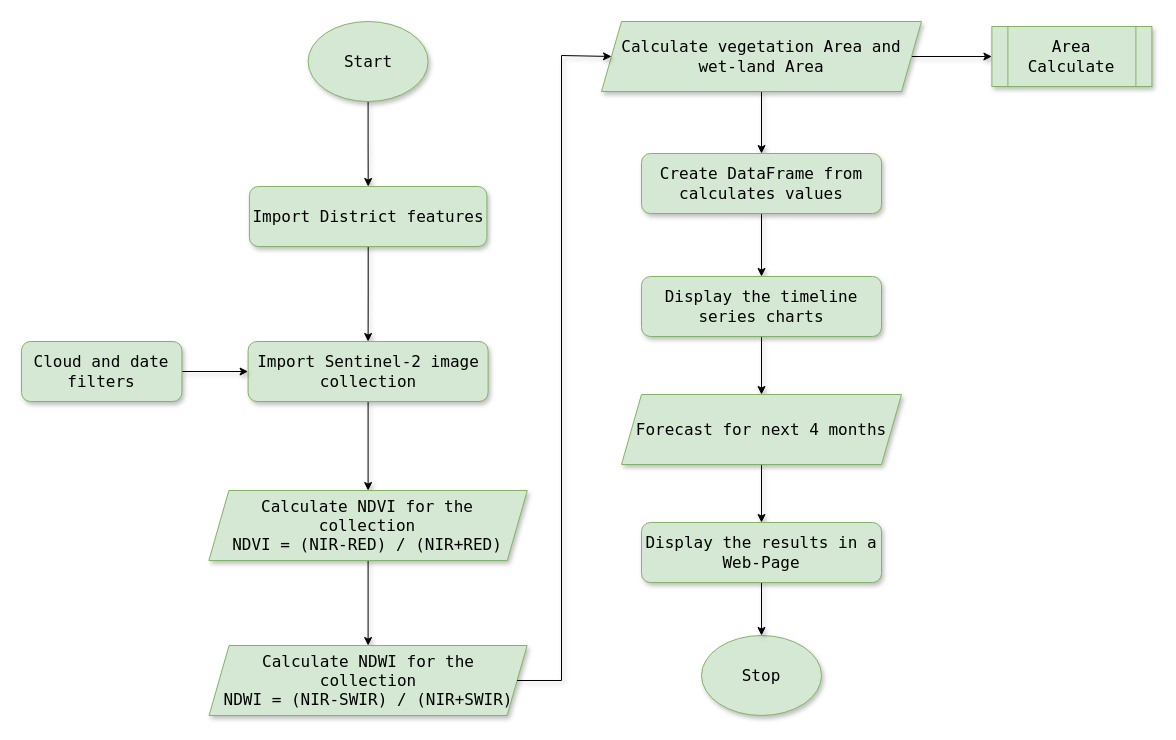
Earlier version of the draw.io diagram flowchart.drawio (pavan581/EarthEngineProject). Source tidied: cells renumbered, new cells numbered last; positions are measured from the earlier drawing's top-left corner, leaving out a move shared by most shapes. Both pictures are drawn from the tidied source at 100%, with x=0, y=0 at pixel (21, 21).
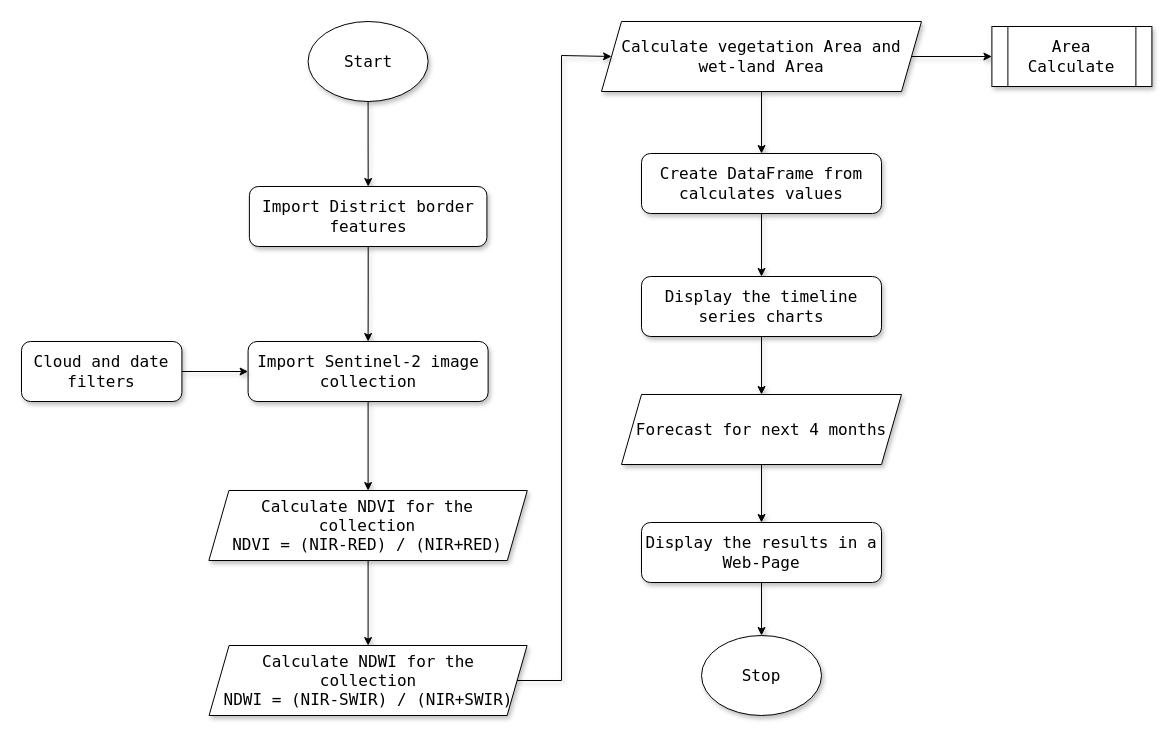
After the change.

Diff of the diagram source:
```diff
@@
-    <mxCell id="3" value="Start" style="ellipse;whiteSpace=wrap;html=1;fontSize=16;fillColor=#d5e8d4;strokeColor=#82b366;shadow=1;sketch=0;fontFamily=Lucida Console;labelBorderColor=none;fontStyle=0;horizontal=1;" parent="1" vertex="1">
+    <mxCell id="3" value="Start" style="ellipse;whiteSpace=wrap;html=1;fontSize=16;shadow=1;sketch=0;fontFamily=Lucida Console;labelBorderColor=none;fontStyle=0;horizontal=1;" parent="1" vertex="1">
       <mxGeometry x="286.6" width="120" height="80" as="geometry" />
     </mxCell>
@@
-    <mxCell id="5" value="Import District features" style="rounded=1;whiteSpace=wrap;html=1;fontSize=16;fillColor=#d5e8d4;strokeColor=#82b366;shadow=1;sketch=0;fontFamily=Lucida Console;labelBorderColor=none;fontStyle=0;horizontal=1;" parent="1" vertex="1">
+    <mxCell id="5" value="Import District border features" style="rounded=1;whiteSpace=wrap;html=1;fontSize=16;shadow=1;sketch=0;fontFamily=Lucida Console;labelBorderColor=none;fontStyle=0;horizontal=1;" parent="1" vertex="1">
       <mxGeometry x="227.9" y="165" width="237.5" height="60" as="geometry" />
     </mxCell>
@@
-    <mxCell id="7" value="Import Sentinel-2 image collection" style="rounded=1;whiteSpace=wrap;html=1;fontSize=16;fillColor=#d5e8d4;strokeColor=#82b366;shadow=1;sketch=0;fontFamily=Lucida Console;labelBorderColor=none;fontStyle=0;horizontal=1;" parent="1" vertex="1">
+    <mxCell id="7" value="Import Sentinel-2 image collection" style="rounded=1;whiteSpace=wrap;html=1;fontSize=16;shadow=1;sketch=0;fontFamily=Lucida Console;labelBorderColor=none;fontStyle=0;horizontal=1;" parent="1" vertex="1">
       <mxGeometry x="226.6" y="320" width="240" height="60" as="geometry" />
     </mxCell>
@@
-    <mxCell id="9" value="Cloud and date filters" style="rounded=1;whiteSpace=wrap;html=1;fontSize=16;fillColor=#d5e8d4;strokeColor=#82b366;shadow=1;sketch=0;fontFamily=Lucida Console;labelBorderColor=none;fontStyle=0;horizontal=1;" parent="1" vertex="1">
+    <mxCell id="9" value="Cloud and date filters" style="rounded=1;whiteSpace=wrap;html=1;fontSize=16;shadow=1;sketch=0;fontFamily=Lucida Console;labelBorderColor=none;fontStyle=0;horizontal=1;" parent="1" vertex="1">
       <mxGeometry y="320" width="160.4" height="60" as="geometry" />
     </mxCell>
@@
-    <mxCell id="11" value="Calculate NDVI for the collection&lt;br style=&quot;font-size: 16px;&quot;&gt;NDVI = (NIR-RED) / (NIR+RED)" style="shape=parallelogram;perimeter=parallelogramPerimeter;whiteSpace=wrap;html=1;fixedSize=1;fontSize=16;fillColor=#d5e8d4;strokeColor=#82b366;shadow=1;sketch=0;fontFamily=Lucida Console;labelBorderColor=none;fontStyle=0;horizontal=1;" parent="1" vertex="1">
+    <mxCell id="11" value="Calculate NDVI for the collection&lt;br style=&quot;font-size: 16px;&quot;&gt;NDVI = (NIR-RED) / (NIR+RED)" style="shape=parallelogram;perimeter=parallelogramPerimeter;whiteSpace=wrap;html=1;fixedSize=1;fontSize=16;shadow=1;sketch=0;fontFamily=Lucida Console;labelBorderColor=none;fontStyle=0;horizontal=1;" parent="1" vertex="1">
       <mxGeometry x="187.4" y="469" width="318.4" height="70" as="geometry" />
     </mxCell>
-    <mxCell id="12" value="Calculate NDWI for the collection&lt;br style=&quot;font-size: 16px;&quot;&gt;NDWI = (NIR-SWIR) / (NIR+SWIR)" style="shape=parallelogram;perimeter=parallelogramPerimeter;whiteSpace=wrap;html=1;fixedSize=1;fontSize=16;fillColor=#d5e8d4;strokeColor=#82b366;shadow=1;sketch=0;fontFamily=Lucida Console;labelBorderColor=none;fontStyle=0;horizontal=1;" parent="1" vertex="1">
+    <mxCell id="12" value="Calculate NDWI for the collection&lt;br style=&quot;font-size: 16px;&quot;&gt;NDWI = (NIR-SWIR) / (NIR+SWIR)" style="shape=parallelogram;perimeter=parallelogramPerimeter;whiteSpace=wrap;html=1;fixedSize=1;fontSize=16;shadow=1;sketch=0;fontFamily=Lucida Console;labelBorderColor=none;fontStyle=0;horizontal=1;" parent="1" vertex="1">
       <mxGeometry x="187.6" y="624" width="318" height="70" as="geometry" />
     </mxCell>
@@
-    <mxCell id="15" value="Calculate vegetation Area and &lt;br style=&quot;font-size: 16px;&quot;&gt;wet-land Area" style="shape=parallelogram;perimeter=parallelogramPerimeter;whiteSpace=wrap;html=1;fixedSize=1;fontSize=16;fillColor=#d5e8d4;strokeColor=#82b366;shadow=1;sketch=0;fontFamily=Lucida Console;labelBorderColor=none;fontStyle=0;horizontal=1;" parent="1" vertex="1">
+    <mxCell id="15" value="Calculate vegetation Area and &lt;br style=&quot;font-size: 16px;&quot;&gt;wet-land Area" style="shape=parallelogram;perimeter=parallelogramPerimeter;whiteSpace=wrap;html=1;fixedSize=1;fontSize=16;shadow=1;sketch=0;fontFamily=Lucida Console;labelBorderColor=none;fontStyle=0;horizontal=1;" parent="1" vertex="1">
       <mxGeometry x="580" width="320" height="70" as="geometry" />
     </mxCell>
@@
-    <mxCell id="17" value="Create DataFrame from calculates values" style="rounded=1;whiteSpace=wrap;html=1;fontSize=16;fillColor=#d5e8d4;strokeColor=#82b366;shadow=1;sketch=0;fontFamily=Lucida Console;labelBorderColor=none;fontStyle=0;horizontal=1;" parent="1" vertex="1">
+    <mxCell id="17" value="Create DataFrame from calculates values" style="rounded=1;whiteSpace=wrap;html=1;fontSize=16;shadow=1;sketch=0;fontFamily=Lucida Console;labelBorderColor=none;fontStyle=0;horizontal=1;" parent="1" vertex="1">
       <mxGeometry x="620" y="132" width="240" height="60" as="geometry" />
     </mxCell>
@@
-    <mxCell id="19" value="Display the timeline series charts" style="rounded=1;whiteSpace=wrap;html=1;fontSize=16;fillColor=#d5e8d4;strokeColor=#82b366;shadow=1;sketch=0;fontFamily=Lucida Console;labelBorderColor=none;fontStyle=0;horizontal=1;" parent="1" vertex="1">
+    <mxCell id="19" value="Display the timeline series charts" style="rounded=1;whiteSpace=wrap;html=1;fontSize=16;shadow=1;sketch=0;fontFamily=Lucida Console;labelBorderColor=none;fontStyle=0;horizontal=1;" parent="1" vertex="1">
       <mxGeometry x="620" y="255" width="240" height="60" as="geometry" />
     </mxCell>
@@
-    <mxCell id="21" value="Forecast for next 4 months" style="shape=parallelogram;perimeter=parallelogramPerimeter;whiteSpace=wrap;html=1;fixedSize=1;fontSize=16;fillColor=#d5e8d4;strokeColor=#82b366;shadow=1;sketch=0;fontFamily=Lucida Console;labelBorderColor=none;fontStyle=0;horizontal=1;" parent="1" vertex="1">
+    <mxCell id="21" value="Forecast for next 4 months" style="shape=parallelogram;perimeter=parallelogramPerimeter;whiteSpace=wrap;html=1;fixedSize=1;fontSize=16;shadow=1;sketch=0;fontFamily=Lucida Console;labelBorderColor=none;fontStyle=0;horizontal=1;" parent="1" vertex="1">
       <mxGeometry x="600" y="373" width="280" height="70" as="geometry" />
     </mxCell>
-    <mxCell id="22" value="Stop" style="ellipse;whiteSpace=wrap;html=1;fontSize=16;fillColor=#d5e8d4;strokeColor=#82b366;shadow=1;sketch=0;fontFamily=Lucida Console;labelBorderColor=none;fontStyle=0;horizontal=1;" parent="1" vertex="1">
+    <mxCell id="22" value="Stop" style="ellipse;whiteSpace=wrap;html=1;fontSize=16;shadow=1;sketch=0;fontFamily=Lucida Console;labelBorderColor=none;fontStyle=0;horizontal=1;" parent="1" vertex="1">
       <mxGeometry x="680" y="614" width="120" height="80" as="geometry" />
     </mxCell>
@@
-    <mxCell id="24" value="&lt;font style=&quot;font-size: 16px&quot;&gt;Display the results in a Web-Page&lt;/font&gt;" style="rounded=1;whiteSpace=wrap;html=1;fillColor=#d5e8d4;strokeColor=#82b366;shadow=1;sketch=0;fontFamily=Lucida Console;fontSize=16;labelBorderColor=none;fontStyle=0;horizontal=1;" parent="1" vertex="1">
+    <mxCell id="24" value="&lt;font style=&quot;font-size: 16px&quot;&gt;Display the results in a Web-Page&lt;/font&gt;" style="rounded=1;whiteSpace=wrap;html=1;shadow=1;sketch=0;fontFamily=Lucida Console;fontSize=16;labelBorderColor=none;fontStyle=0;horizontal=1;" parent="1" vertex="1">
       <mxGeometry x="620" y="501" width="240" height="60" as="geometry" />
     </mxCell>
-    <mxCell id="25" value="Area Calculate" style="shape=process;whiteSpace=wrap;html=1;backgroundOutline=1;fontSize=16;fillColor=#d5e8d4;strokeColor=#82b366;shadow=1;sketch=0;fontFamily=Lucida Console;labelBorderColor=none;fontStyle=0;horizontal=1;" parent="1" vertex="1">
+    <mxCell id="25" value="Area Calculate" style="shape=process;whiteSpace=wrap;html=1;backgroundOutline=1;fontSize=16;shadow=1;sketch=0;fontFamily=Lucida Console;labelBorderColor=none;fontStyle=0;horizontal=1;" parent="1" vertex="1">
       <mxGeometry x="970.4" y="5" width="160" height="60" as="geometry" />
     </mxCell>
-    <mxCell id="26" style="endArrow=classic;html=1;rounded=0;shadow=1;labelBorderColor=none;sketch=0;fontFamily=Lucida Console;fontSize=16;exitX=1;exitY=0.5;exitDx=0;exitDy=0;entryX=0;entryY=0.5;entryDx=0;entryDy=0;strokeWidth=1;" parent="1" edge="1" source="12" target="15">
+    <mxCell id="26" style="endArrow=classic;html=1;rounded=0;shadow=1;labelBorderColor=none;sketch=0;fontFamily=Lucida Console;fontSize=16;exitX=1;exitY=0.5;exitDx=0;exitDy=0;entryX=0;entryY=0.5;entryDx=0;entryDy=0;strokeWidth=1;fontStyle=0;" parent="1" edge="1" source="12" target="15">
       <mxGeometry relative="1" as="geometry">
         <Array as="points">
           <mxPoint x="540" y="659" />
           <mxPoint x="540" y="34" />
         </Array>
       </mxGeometry>
     </mxCell>
```
